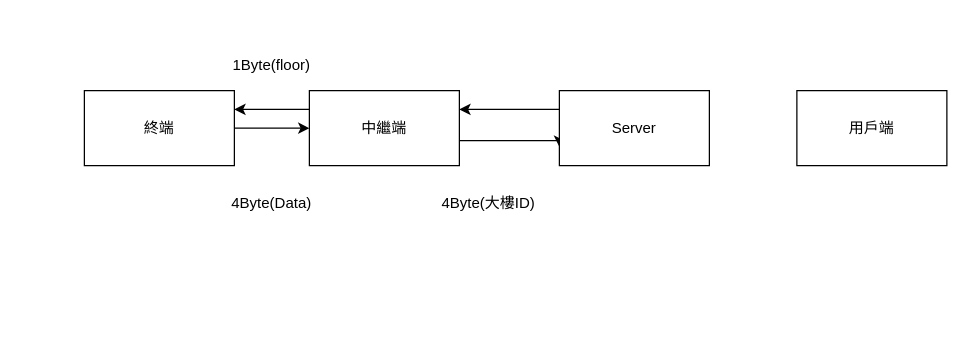
The draw.io diagram 資料流程圖.drawio in cicero884/Fire-Sensor-Alarm-System, before the edit. Source tidied: cells renumbered, new cells numbered last; positions are measured from the earlier drawing's top-left corner, leaving out a move shared by most shapes. Both pictures are drawn from the tidied source at 125%, with x=0, y=0 at pixel (84, 52).
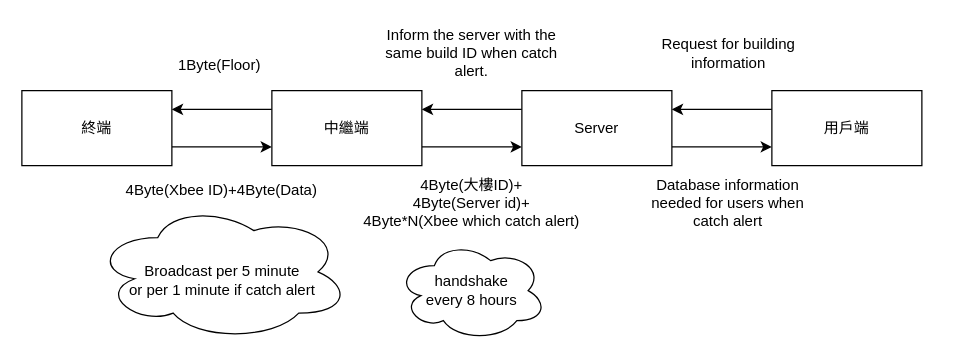
After the change.

Commit message:
Update 資料流程圖.drawio

The edit, as a diff of the source:
```diff
@@
 <mxGraphModel>
   <root>
     <mxCell id="0" />
     <mxCell id="1" parent="0" />
-    <mxCell id="2" style="edgeStyle=orthogonalEdgeStyle;rounded=0;jettySize=auto;html=1;exitX=1;exitY=0.5;exitDx=0;exitDy=0;entryX=0;entryY=0.5;entryDx=0;entryDy=0;" parent="1" edge="1" source="3" target="6">
+    <mxCell id="2" style="edgeStyle=orthogonalEdgeStyle;rounded=0;jettySize=auto;html=1;exitX=1;exitY=0.75;exitDx=0;exitDy=0;entryX=0;entryY=0.75;entryDx=0;entryDy=0;" parent="1" edge="1" source="3" target="6">
       <mxGeometry relative="1" as="geometry" />
     </mxCell>
     <mxCell id="3" value="&lt;span&gt;終端&lt;/span&gt;" style="rounded=0;whiteSpace=wrap;html=1;" parent="1" vertex="1">
-      <mxGeometry y="30" width="120" height="60" as="geometry" />
+      <mxGeometry x="-50" y="30" width="120" height="60" as="geometry" />
     </mxCell>
     <mxCell id="4" style="edgeStyle=orthogonalEdgeStyle;rounded=0;jettySize=auto;html=1;exitX=0;exitY=0.25;exitDx=0;exitDy=0;entryX=1;entryY=0.25;entryDx=0;entryDy=0;" parent="1" edge="1" source="6" target="3">
       <mxGeometry relative="1" as="geometry" />
     </mxCell>
     <mxCell id="5" style="edgeStyle=orthogonalEdgeStyle;rounded=0;jettySize=auto;html=1;exitX=1;exitY=0.75;exitDx=0;exitDy=0;entryX=0;entryY=0.75;entryDx=0;entryDy=0;" parent="1" edge="1" source="6" target="8">
-      <mxGeometry relative="1" as="geometry">
-        <Array as="points">
-          <mxPoint x="300" y="70" />
-          <mxPoint x="380" y="70" />
-        </Array>
-      </mxGeometry>
+      <mxGeometry relative="1" as="geometry" />
     </mxCell>
     <mxCell id="6" value="&lt;span&gt;中繼端&lt;/span&gt;&lt;br&gt;" style="rounded=0;whiteSpace=wrap;html=1;" parent="1" vertex="1">
-      <mxGeometry x="180" y="30" width="120" height="60" as="geometry" />
+      <mxGeometry x="150" y="30" width="120" height="60" as="geometry" />
     </mxCell>
     <mxCell id="7" style="edgeStyle=orthogonalEdgeStyle;rounded=0;jettySize=auto;html=1;exitX=0;exitY=0.25;exitDx=0;exitDy=0;entryX=1;entryY=0.25;entryDx=0;entryDy=0;" parent="1" edge="1" source="8" target="6">
       <mxGeometry relative="1" as="geometry" />
     </mxCell>
+    <mxCell id="13" style="edgeStyle=orthogonalEdgeStyle;rounded=0;jettySize=auto;html=1;exitX=1;exitY=0.75;exitDx=0;exitDy=0;entryX=0;entryY=0.75;entryDx=0;entryDy=0;" parent="1" edge="1" source="8" target="9">
+      <mxGeometry relative="1" as="geometry" />
+    </mxCell>
     <mxCell id="8" value="&lt;span&gt;Server&lt;/span&gt;" style="rounded=0;whiteSpace=wrap;html=1;" parent="1" vertex="1">
-      <mxGeometry x="380" y="30" width="120" height="60" as="geometry" />
+      <mxGeometry x="350" y="30" width="120" height="60" as="geometry" />
     </mxCell>
+    <mxCell id="14" style="edgeStyle=orthogonalEdgeStyle;rounded=0;jettySize=auto;html=1;exitX=0;exitY=0.25;exitDx=0;exitDy=0;entryX=1;entryY=0.25;entryDx=0;entryDy=0;" parent="1" edge="1" source="9" target="8">
+      <mxGeometry relative="1" as="geometry" />
+    </mxCell>
     <mxCell id="9" value="&lt;span&gt;用戶端&lt;/span&gt;" style="rounded=0;whiteSpace=wrap;html=1;" parent="1" vertex="1">
-      <mxGeometry x="570" y="30" width="120" height="60" as="geometry" />
+      <mxGeometry x="550" y="30" width="120" height="60" as="geometry" />
     </mxCell>
-    <mxCell id="10" value="1Byte(floor)" style="text;html=1;strokeColor=none;fillColor=none;align=center;verticalAlign=middle;whiteSpace=wrap;rounded=0;" parent="1" vertex="1">
-      <mxGeometry x="130" width="40" height="20" as="geometry" />
+    <mxCell id="10" value="1Byte(Floor)&amp;nbsp;&lt;br&gt;" style="text;html=1;strokeColor=none;fillColor=none;align=center;verticalAlign=middle;whiteSpace=wrap;rounded=0;" parent="1" vertex="1">
+      <mxGeometry x="20" width="180" height="20" as="geometry" />
     </mxCell>
-    <mxCell id="11" value="4Byte(Data)" style="text;html=1;strokeColor=none;fillColor=none;align=center;verticalAlign=middle;whiteSpace=wrap;rounded=0;" parent="1" vertex="1">
-      <mxGeometry x="130" y="110" width="40" height="20" as="geometry" />
+    <mxCell id="11" value="4Byte(Xbee ID)+4Byte(Data)" style="text;html=1;strokeColor=none;fillColor=none;align=center;verticalAlign=middle;whiteSpace=wrap;rounded=0;" parent="1" vertex="1">
+      <mxGeometry x="10" y="100" width="200" height="20" as="geometry" />
     </mxCell>
-    <mxCell id="12" value="4Byte(大樓ID)" style="text;html=1;strokeColor=none;fillColor=none;align=center;verticalAlign=middle;whiteSpace=wrap;rounded=0;" parent="1" vertex="1">
-      <mxGeometry x="245" y="110" width="157" height="20" as="geometry" />
+    <mxCell id="12" value="4Byte(大樓ID)+&lt;br&gt;4Byte(Server id)+&lt;br&gt;4Byte*N(Xbee which catch alert)&lt;br&gt;" style="text;html=1;strokeColor=none;fillColor=none;align=center;verticalAlign=middle;whiteSpace=wrap;rounded=0;" parent="1" vertex="1">
+      <mxGeometry x="220" y="95" width="180" height="50" as="geometry" />
     </mxCell>
+    <mxCell id="15" value="&lt;br&gt;&lt;span&gt;Broadcast per 5 minute&lt;/span&gt;&lt;br&gt;&lt;span&gt;or per 1 minute if catch alert&lt;/span&gt;" style="ellipse;shape=cloud;whiteSpace=wrap;html=1;" parent="1" vertex="1">
+      <mxGeometry x="7.5" y="120" width="205" height="110" as="geometry" />
+    </mxCell>
+    <mxCell id="16" value="Inform the server with the same build ID when catch alert." style="text;html=1;strokeColor=none;fillColor=none;align=center;verticalAlign=middle;whiteSpace=wrap;rounded=0;" parent="1" vertex="1">
+      <mxGeometry x="240" y="-25" width="140" height="50" as="geometry" />
+    </mxCell>
+    <mxCell id="17" value="handshake &lt;br&gt;every 8 hours" style="ellipse;shape=cloud;whiteSpace=wrap;html=1;" parent="1" vertex="1">
+      <mxGeometry x="250" y="150" width="120" height="80" as="geometry" />
+    </mxCell>
+    <mxCell id="18" value="Database information needed for users when catch alert" style="text;html=1;strokeColor=none;fillColor=none;align=center;verticalAlign=middle;whiteSpace=wrap;rounded=0;" parent="1" vertex="1">
+      <mxGeometry x="440" y="90" width="150" height="60" as="geometry" />
+    </mxCell>
+    <mxCell id="19" value="Request for building information" style="text;html=1;strokeColor=none;fillColor=none;align=center;verticalAlign=middle;whiteSpace=wrap;rounded=0;" parent="1" vertex="1">
+      <mxGeometry x="452.5" y="-25" width="125" height="50" as="geometry" />
+    </mxCell>
   </root>
 </mxGraphModel>
```
